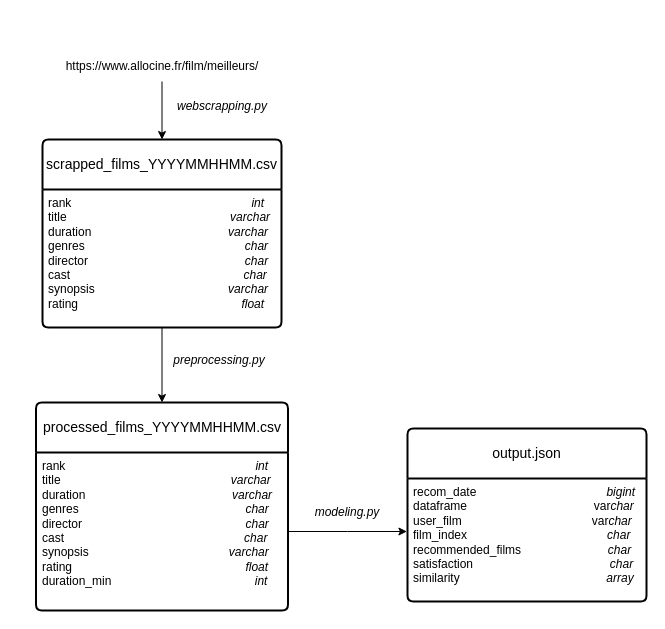
This is data_architecture.drawio from aidalmd/Datascientest_MLOps_2023_RecomFilms, a draw.io file, before an edit. Source tidied: cells renumbered, new cells numbered last; positions are measured from the earlier drawing's top-left corner, leaving out a move shared by most shapes. Both pictures are drawn from the tidied source at 100%, with x=0, y=0 at pixel (35, 51).
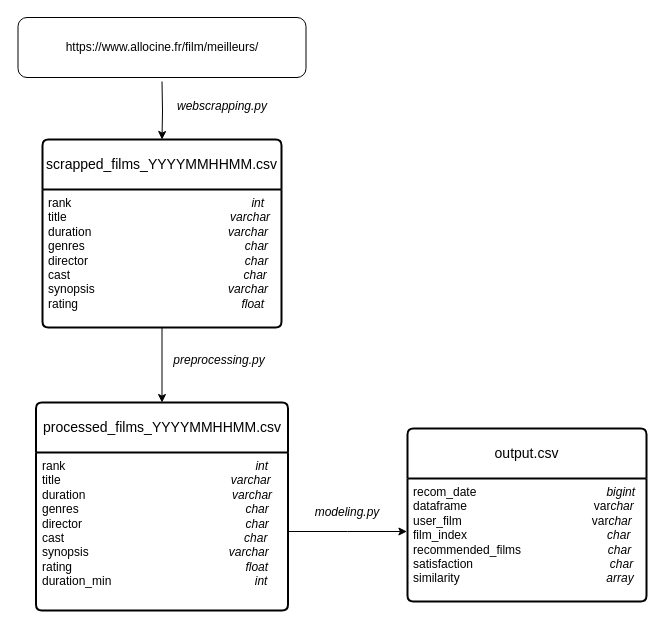
Above is the later version.

Change to the diagram source:
```diff
@@
 <mxGraphModel>
   <root>
     <mxCell id="0" />
     <mxCell id="1" parent="0" />
     <mxCell id="2" value="scrapped_films_YYYYMMHHMM.csv" style="swimlane;horizontal=1;startSize=50;rounded=1;fontSize=14;fontStyle=0;strokeWidth=2;shadow=0;dashed=0;align=center;arcSize=4;whiteSpace=wrap;html=1;" parent="1" vertex="1">
       <mxGeometry x="7" y="88" width="239" height="188" as="geometry" />
     </mxCell>
     <mxCell id="3" value="rank&amp;nbsp; &amp;nbsp; &amp;nbsp; &amp;nbsp; &amp;nbsp; &amp;nbsp; &amp;nbsp; &amp;nbsp; &amp;nbsp; &amp;nbsp; &amp;nbsp; &amp;nbsp; &amp;nbsp; &amp;nbsp; &amp;nbsp; &amp;nbsp; &amp;nbsp; &amp;nbsp; &amp;nbsp; &amp;nbsp; &amp;nbsp; &amp;nbsp; &amp;nbsp; &amp;nbsp; &amp;nbsp; &amp;nbsp; &amp;nbsp; &lt;i&gt;int&lt;/i&gt;&lt;br&gt;title&amp;nbsp; &amp;nbsp; &amp;nbsp; &amp;nbsp; &amp;nbsp; &amp;nbsp; &amp;nbsp; &amp;nbsp; &amp;nbsp; &amp;nbsp; &amp;nbsp; &amp;nbsp; &amp;nbsp; &amp;nbsp; &amp;nbsp; &amp;nbsp; &amp;nbsp; &amp;nbsp; &amp;nbsp; &amp;nbsp; &amp;nbsp; &amp;nbsp; &amp;nbsp; &amp;nbsp; &amp;nbsp;&lt;i&gt;varchar&lt;/i&gt;&lt;br&gt;duration&amp;nbsp; &amp;nbsp; &amp;nbsp; &amp;nbsp; &amp;nbsp; &amp;nbsp; &amp;nbsp; &amp;nbsp; &amp;nbsp; &amp;nbsp; &amp;nbsp; &amp;nbsp; &amp;nbsp; &amp;nbsp; &amp;nbsp; &amp;nbsp; &amp;nbsp; &amp;nbsp; &amp;nbsp; &amp;nbsp; &amp;nbsp;&lt;i&gt;varchar&lt;/i&gt;&lt;br&gt;genres&amp;nbsp; &amp;nbsp; &amp;nbsp; &amp;nbsp; &amp;nbsp; &amp;nbsp; &amp;nbsp; &amp;nbsp; &amp;nbsp; &amp;nbsp; &amp;nbsp; &amp;nbsp; &amp;nbsp; &amp;nbsp; &amp;nbsp; &amp;nbsp; &amp;nbsp; &amp;nbsp; &amp;nbsp; &amp;nbsp; &amp;nbsp; &amp;nbsp; &amp;nbsp; &amp;nbsp;&amp;nbsp;&lt;i&gt;char&lt;/i&gt;&lt;br&gt;director&amp;nbsp;&lt;span style=&quot;white-space: pre;&quot;&gt; &lt;/span&gt;&lt;span style=&quot;white-space: pre;&quot;&gt; &lt;/span&gt;&lt;span style=&quot;white-space: pre;&quot;&gt; &lt;/span&gt;&lt;span style=&quot;white-space: pre;&quot;&gt; &lt;/span&gt;&lt;span style=&quot;white-space: pre;&quot;&gt; &lt;/span&gt;&lt;span style=&quot;white-space: pre;&quot;&gt; &lt;/span&gt;&amp;nbsp; &amp;nbsp; &amp;nbsp; &amp;nbsp; &amp;nbsp; &amp;nbsp; &amp;nbsp; &amp;nbsp; &amp;nbsp; &amp;nbsp; &amp;nbsp; &amp;nbsp; &amp;nbsp; &amp;nbsp; &amp;nbsp; &amp;nbsp; &amp;nbsp; &amp;nbsp; &amp;nbsp; &amp;nbsp; &lt;i&gt;char&lt;/i&gt;&lt;br&gt;cast&lt;span style=&quot;white-space: pre;&quot;&gt; &lt;/span&gt;&lt;span style=&quot;white-space: pre;&quot;&gt; &lt;/span&gt;&lt;span style=&quot;white-space: pre;&quot;&gt; &lt;/span&gt;&lt;span style=&quot;white-space: pre;&quot;&gt; &lt;/span&gt;&lt;span style=&quot;white-space: pre;&quot;&gt; &lt;/span&gt;&lt;span style=&quot;white-space: pre;&quot;&gt; &lt;/span&gt;&amp;nbsp; &amp;nbsp; &amp;nbsp; &amp;nbsp; &amp;nbsp; &amp;nbsp; &amp;nbsp; &amp;nbsp; &amp;nbsp; &amp;nbsp; &amp;nbsp; &amp;nbsp; &amp;nbsp; &amp;nbsp; &amp;nbsp; &amp;nbsp; &amp;nbsp; &amp;nbsp; &amp;nbsp; &amp;nbsp; &amp;nbsp; &amp;nbsp; &amp;nbsp; &lt;i&gt;char&lt;/i&gt;&lt;br&gt;synopsis&amp;nbsp; &amp;nbsp; &amp;nbsp; &amp;nbsp; &amp;nbsp; &amp;nbsp; &amp;nbsp; &amp;nbsp; &amp;nbsp; &amp;nbsp; &amp;nbsp; &amp;nbsp; &amp;nbsp; &amp;nbsp; &amp;nbsp; &amp;nbsp; &amp;nbsp; &amp;nbsp; &amp;nbsp; &amp;nbsp;&amp;nbsp;&lt;i&gt;varchar&lt;/i&gt;&lt;br&gt;rating&amp;nbsp; &amp;nbsp; &amp;nbsp; &amp;nbsp; &amp;nbsp; &amp;nbsp; &amp;nbsp; &amp;nbsp; &amp;nbsp; &amp;nbsp; &amp;nbsp; &amp;nbsp; &amp;nbsp; &amp;nbsp; &amp;nbsp; &amp;nbsp; &amp;nbsp; &amp;nbsp; &amp;nbsp; &amp;nbsp; &amp;nbsp; &amp;nbsp; &amp;nbsp; &amp;nbsp; &amp;nbsp;&lt;i&gt;float&lt;/i&gt;" style="align=left;strokeColor=none;fillColor=none;spacingLeft=4;fontSize=12;verticalAlign=top;html=1;" parent="2" vertex="1">
       <mxGeometry y="50" width="239" height="138" as="geometry" />
     </mxCell>
     <mxCell id="4" value="processed_films_YYYYMMHHMM.csv" style="swimlane;horizontal=1;startSize=50;rounded=1;fontSize=14;fontStyle=0;strokeWidth=2;shadow=0;dashed=0;align=center;arcSize=4;whiteSpace=wrap;html=1;" parent="1" vertex="1">
       <mxGeometry x="0.5" y="351" width="252" height="208" as="geometry" />
     </mxCell>
     <mxCell id="5" value="rank&amp;nbsp; &amp;nbsp; &amp;nbsp; &amp;nbsp; &amp;nbsp; &amp;nbsp; &amp;nbsp; &amp;nbsp; &amp;nbsp; &amp;nbsp; &amp;nbsp; &amp;nbsp; &amp;nbsp; &amp;nbsp; &amp;nbsp; &amp;nbsp; &amp;nbsp; &amp;nbsp; &amp;nbsp; &amp;nbsp; &amp;nbsp; &amp;nbsp; &amp;nbsp; &amp;nbsp; &amp;nbsp; &amp;nbsp; &amp;nbsp; &amp;nbsp; &amp;nbsp;&lt;i&gt;int&lt;/i&gt;&lt;br&gt;title&amp;nbsp; &amp;nbsp; &amp;nbsp; &amp;nbsp; &amp;nbsp; &amp;nbsp; &amp;nbsp; &amp;nbsp; &amp;nbsp; &amp;nbsp; &amp;nbsp; &amp;nbsp; &amp;nbsp; &amp;nbsp; &amp;nbsp; &amp;nbsp; &amp;nbsp; &amp;nbsp; &amp;nbsp; &amp;nbsp; &amp;nbsp; &amp;nbsp; &amp;nbsp; &amp;nbsp; &amp;nbsp; &amp;nbsp;&lt;i&gt;varchar&lt;/i&gt;&lt;br&gt;duration&amp;nbsp; &amp;nbsp; &amp;nbsp; &amp;nbsp; &amp;nbsp; &amp;nbsp; &amp;nbsp; &amp;nbsp; &amp;nbsp; &amp;nbsp; &amp;nbsp; &amp;nbsp; &amp;nbsp; &amp;nbsp; &amp;nbsp; &amp;nbsp; &amp;nbsp; &amp;nbsp; &amp;nbsp; &amp;nbsp; &amp;nbsp; &amp;nbsp;&amp;nbsp;&lt;i&gt;varchar&lt;/i&gt;&lt;br&gt;genres&amp;nbsp; &amp;nbsp; &amp;nbsp; &amp;nbsp; &amp;nbsp; &amp;nbsp; &amp;nbsp; &amp;nbsp; &amp;nbsp; &amp;nbsp; &amp;nbsp; &amp;nbsp; &amp;nbsp; &amp;nbsp; &amp;nbsp; &amp;nbsp; &amp;nbsp; &amp;nbsp; &amp;nbsp; &amp;nbsp; &amp;nbsp; &amp;nbsp; &amp;nbsp; &amp;nbsp; &amp;nbsp;&amp;nbsp;&lt;i&gt;char&lt;/i&gt;&lt;br&gt;director&amp;nbsp;&lt;span style=&quot;white-space: pre;&quot;&gt; &lt;/span&gt;&lt;span style=&quot;white-space: pre;&quot;&gt; &lt;/span&gt;&lt;span style=&quot;white-space: pre;&quot;&gt; &lt;/span&gt;&lt;span style=&quot;white-space: pre;&quot;&gt; &lt;/span&gt;&lt;span style=&quot;white-space: pre;&quot;&gt; &lt;/span&gt;&lt;span style=&quot;white-space: pre;&quot;&gt; &lt;/span&gt;&amp;nbsp; &amp;nbsp; &amp;nbsp; &amp;nbsp; &amp;nbsp; &amp;nbsp; &amp;nbsp; &amp;nbsp; &amp;nbsp; &amp;nbsp; &amp;nbsp; &amp;nbsp; &amp;nbsp; &amp;nbsp; &amp;nbsp; &amp;nbsp; &amp;nbsp; &amp;nbsp; &amp;nbsp; &amp;nbsp; &amp;nbsp;&amp;nbsp;&lt;i&gt;char&lt;/i&gt;&lt;br&gt;cast&lt;span style=&quot;white-space: pre;&quot;&gt; &lt;/span&gt;&lt;span style=&quot;white-space: pre;&quot;&gt; &lt;/span&gt;&lt;span style=&quot;white-space: pre;&quot;&gt; &lt;/span&gt;&lt;span style=&quot;white-space: pre;&quot;&gt; &lt;/span&gt;&lt;span style=&quot;white-space: pre;&quot;&gt; &lt;/span&gt;&lt;span style=&quot;white-space: pre;&quot;&gt; &lt;/span&gt;&amp;nbsp; &amp;nbsp; &amp;nbsp; &amp;nbsp; &amp;nbsp; &amp;nbsp; &amp;nbsp; &amp;nbsp; &amp;nbsp; &amp;nbsp; &amp;nbsp; &amp;nbsp; &amp;nbsp; &amp;nbsp; &amp;nbsp; &amp;nbsp; &amp;nbsp; &amp;nbsp; &amp;nbsp; &amp;nbsp; &amp;nbsp; &amp;nbsp; &amp;nbsp; &amp;nbsp;&amp;nbsp;&lt;i&gt;char&lt;/i&gt;&lt;br&gt;synopsis&amp;nbsp; &amp;nbsp; &amp;nbsp; &amp;nbsp; &amp;nbsp; &amp;nbsp; &amp;nbsp; &amp;nbsp; &amp;nbsp; &amp;nbsp; &amp;nbsp; &amp;nbsp; &amp;nbsp; &amp;nbsp; &amp;nbsp; &amp;nbsp; &amp;nbsp; &amp;nbsp; &amp;nbsp; &amp;nbsp; &amp;nbsp;&amp;nbsp;&lt;i&gt;varchar&lt;/i&gt;&lt;br&gt;rating&amp;nbsp; &amp;nbsp; &amp;nbsp; &amp;nbsp; &amp;nbsp; &amp;nbsp; &amp;nbsp; &amp;nbsp; &amp;nbsp; &amp;nbsp; &amp;nbsp; &amp;nbsp; &amp;nbsp; &amp;nbsp; &amp;nbsp; &amp;nbsp; &amp;nbsp; &amp;nbsp; &amp;nbsp; &amp;nbsp; &amp;nbsp; &amp;nbsp; &amp;nbsp; &amp;nbsp; &amp;nbsp; &amp;nbsp;&amp;nbsp;&lt;i&gt;float&lt;/i&gt;&lt;br&gt;duration_min&amp;nbsp; &amp;nbsp; &amp;nbsp; &amp;nbsp; &amp;nbsp; &amp;nbsp; &amp;nbsp; &amp;nbsp; &amp;nbsp; &amp;nbsp; &amp;nbsp; &amp;nbsp; &amp;nbsp; &amp;nbsp; &amp;nbsp; &amp;nbsp; &amp;nbsp; &amp;nbsp; &amp;nbsp; &amp;nbsp; &amp;nbsp; &amp;nbsp;&lt;i&gt;int&lt;/i&gt;" style="align=left;strokeColor=none;fillColor=none;spacingLeft=4;fontSize=12;verticalAlign=top;html=1;" parent="4" vertex="1">
       <mxGeometry y="50" width="252" height="158" as="geometry" />
     </mxCell>
     <mxCell id="6" style="edgeStyle=orthogonalEdgeStyle;rounded=0;jettySize=auto;html=1;exitX=0.5;exitY=1;exitDx=0;exitDy=0;entryX=0.5;entryY=0;entryDx=0;entryDy=0;" parent="1" edge="1" source="3" target="4">
       <mxGeometry relative="1" as="geometry" />
     </mxCell>
     <mxCell id="7" value="preprocessing.py" style="text;html=1;strokeColor=none;fillColor=none;align=center;verticalAlign=middle;whiteSpace=wrap;rounded=0;fontStyle=2;" parent="1" vertex="1">
       <mxGeometry x="154" y="294" width="60" height="30" as="geometry" />
     </mxCell>
-    <mxCell id="8" style="edgeStyle=orthogonalEdgeStyle;rounded=0;jettySize=auto;html=1;exitX=0.5;exitY=1;exitDx=0;exitDy=0;entryX=0.5;entryY=0;entryDx=0;entryDy=0;" parent="1" edge="1" source="9" target="2">
-      <mxGeometry relative="1" as="geometry" />
+    <mxCell id="8" style="edgeStyle=orthogonalEdgeStyle;rounded=0;jettySize=auto;html=1;exitX=0.5;exitY=1;exitDx=0;exitDy=0;entryX=0.5;entryY=0;entryDx=0;entryDy=0;" parent="1" edge="1" target="2">
+      <mxGeometry relative="1" as="geometry">
+        <mxPoint x="126.5" y="30" as="sourcePoint" />
+      </mxGeometry>
     </mxCell>
-    <mxCell id="9" value="https://www.allocine.fr/film/meilleurs/" style="text;html=1;strokeColor=none;fillColor=none;align=center;verticalAlign=middle;whiteSpace=wrap;rounded=0;" parent="1" vertex="1">
-      <mxGeometry x="96.5" width="60" height="30" as="geometry" />
-    </mxCell>
     <mxCell id="10" value="webscrapping.py" style="text;html=1;strokeColor=none;fillColor=none;align=center;verticalAlign=middle;whiteSpace=wrap;rounded=0;fontStyle=2;" parent="1" vertex="1">
       <mxGeometry x="156.5" y="40" width="60" height="30" as="geometry" />
     </mxCell>
     <mxCell id="11" style="edgeStyle=orthogonalEdgeStyle;rounded=0;jettySize=auto;html=1;exitX=1;exitY=0.5;exitDx=0;exitDy=0;" parent="1" edge="1" source="5">
       <mxGeometry relative="1" as="geometry">
         <mxPoint x="371.4" y="480" as="targetPoint" />
       </mxGeometry>
     </mxCell>
     <mxCell id="12" value="modeling.py" style="text;html=1;strokeColor=none;fillColor=none;align=center;verticalAlign=middle;whiteSpace=wrap;rounded=0;fontStyle=2;" parent="1" vertex="1">
       <mxGeometry x="282" y="446" width="60" height="30" as="geometry" />
     </mxCell>
-    <mxCell id="13" value="output.json" style="swimlane;horizontal=1;startSize=50;rounded=1;fontSize=14;fontStyle=0;strokeWidth=2;shadow=0;dashed=0;align=center;arcSize=4;whiteSpace=wrap;html=1;fillColor=default;swimlaneFillColor=default;gradientColor=none;" parent="1" vertex="1">
+    <mxCell id="13" value="output.csv" style="swimlane;horizontal=1;startSize=50;rounded=1;fontSize=14;fontStyle=0;strokeWidth=2;shadow=0;dashed=0;align=center;arcSize=4;whiteSpace=wrap;html=1;fillColor=default;swimlaneFillColor=default;gradientColor=none;" parent="1" vertex="1">
       <mxGeometry x="372" y="377" width="239" height="173" as="geometry" />
     </mxCell>
     <mxCell id="14" value="recom_date&amp;nbsp; &amp;nbsp; &amp;nbsp; &amp;nbsp; &amp;nbsp; &amp;nbsp; &amp;nbsp; &amp;nbsp; &amp;nbsp; &amp;nbsp; &amp;nbsp; &amp;nbsp; &amp;nbsp; &amp;nbsp; &amp;nbsp; &amp;nbsp; &amp;nbsp; &amp;nbsp; &amp;nbsp; &amp;nbsp;&lt;i&gt;bigint&lt;/i&gt;&lt;br&gt;dataframe&amp;nbsp; &amp;nbsp; &amp;nbsp; &amp;nbsp; &amp;nbsp; &amp;nbsp; &amp;nbsp; &amp;nbsp; &amp;nbsp; &amp;nbsp; &amp;nbsp; &amp;nbsp; &amp;nbsp; &amp;nbsp; &amp;nbsp; &amp;nbsp; &amp;nbsp; &amp;nbsp; &amp;nbsp; var&lt;i&gt;char&lt;/i&gt;&lt;br&gt;user_film&amp;nbsp; &amp;nbsp; &amp;nbsp; &amp;nbsp; &amp;nbsp; &amp;nbsp; &amp;nbsp; &amp;nbsp; &amp;nbsp; &amp;nbsp; &amp;nbsp; &amp;nbsp; &amp;nbsp; &amp;nbsp; &amp;nbsp; &amp;nbsp; &amp;nbsp; &amp;nbsp; &amp;nbsp; &amp;nbsp;var&lt;i&gt;char&lt;/i&gt;&lt;br&gt;film_index&amp;nbsp; &amp;nbsp; &amp;nbsp; &amp;nbsp; &amp;nbsp; &amp;nbsp; &amp;nbsp; &amp;nbsp; &amp;nbsp; &amp;nbsp; &amp;nbsp; &amp;nbsp; &amp;nbsp; &amp;nbsp; &amp;nbsp; &amp;nbsp; &amp;nbsp; &amp;nbsp; &amp;nbsp; &amp;nbsp; &amp;nbsp;&amp;nbsp;&lt;i&gt;char&lt;/i&gt;&lt;br&gt;recommended_films&amp;nbsp;&lt;span style=&quot;white-space: pre;&quot;&gt; &lt;/span&gt;&lt;span style=&quot;white-space: pre;&quot;&gt; &lt;/span&gt;&lt;span style=&quot;white-space: pre;&quot;&gt; &lt;/span&gt;&lt;span style=&quot;white-space: pre;&quot;&gt; &lt;/span&gt;&lt;span style=&quot;white-space: pre;&quot;&gt; &lt;/span&gt;&lt;span style=&quot;white-space: pre;&quot;&gt; &lt;/span&gt;&amp;nbsp; &amp;nbsp; &amp;nbsp; &amp;nbsp; &amp;nbsp; &amp;nbsp; &amp;nbsp; &amp;nbsp; &amp;nbsp; &amp;nbsp;&lt;i&gt;char&lt;/i&gt;&lt;br&gt;satisfaction&lt;span style=&quot;white-space: pre;&quot;&gt; &lt;/span&gt;&lt;span style=&quot;white-space: pre;&quot;&gt; &lt;/span&gt;&lt;span style=&quot;white-space: pre;&quot;&gt; &lt;/span&gt;&lt;span style=&quot;white-space: pre;&quot;&gt; &lt;/span&gt;&lt;span style=&quot;white-space: pre;&quot;&gt; &lt;/span&gt;&lt;span style=&quot;white-space: pre;&quot;&gt; &lt;/span&gt;&amp;nbsp; &amp;nbsp; &amp;nbsp; &amp;nbsp; &amp;nbsp; &amp;nbsp; &amp;nbsp; &amp;nbsp; &amp;nbsp; &amp;nbsp; &amp;nbsp; &amp;nbsp; &amp;nbsp; &amp;nbsp; &amp;nbsp; &amp;nbsp; &amp;nbsp; &amp;nbsp;&lt;i&gt;char&lt;/i&gt;&lt;br&gt;similarity&amp;nbsp; &amp;nbsp; &amp;nbsp; &amp;nbsp; &amp;nbsp; &amp;nbsp; &amp;nbsp; &amp;nbsp; &amp;nbsp; &amp;nbsp; &amp;nbsp; &amp;nbsp; &amp;nbsp; &amp;nbsp; &amp;nbsp; &amp;nbsp; &amp;nbsp; &amp;nbsp; &amp;nbsp; &amp;nbsp; &amp;nbsp; &amp;nbsp;&amp;nbsp;&lt;i&gt;array&lt;/i&gt;" style="align=left;strokeColor=none;fillColor=none;spacingLeft=4;fontSize=12;verticalAlign=top;html=1;" parent="13" vertex="1">
       <mxGeometry y="50" width="239" height="123" as="geometry" />
     </mxCell>
+    <mxCell id="9" value="https://www.allocine.fr/film/meilleurs/" style="rounded=1;whiteSpace=wrap;html=1;" parent="1" vertex="1">
+      <mxGeometry x="-17.5" y="-34" width="288" height="60" as="geometry" />
+    </mxCell>
   </root>
 </mxGraphModel>
```
